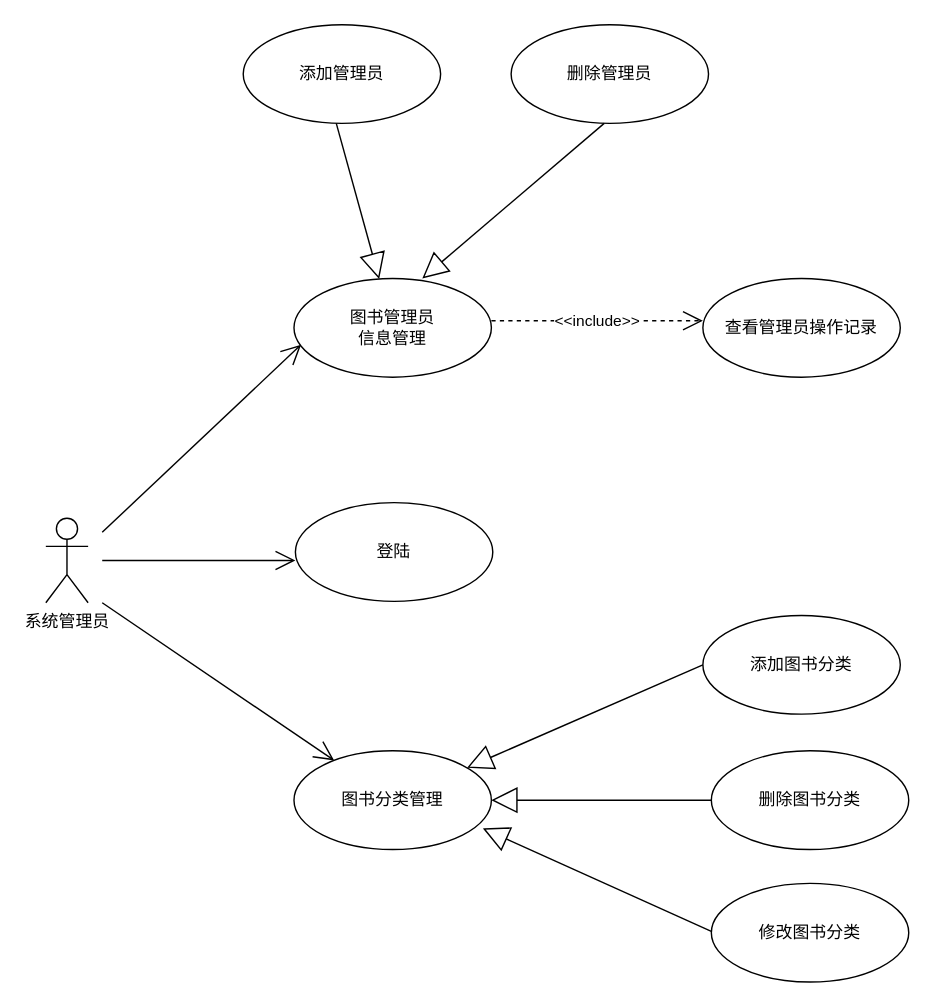
Before: page "系统后台子系统" (4 of 5) of 用例图.drawio in KoterRomanov/UML, a draw.io diagram. Source tidied: cells renumbered, new cells numbered last; positions are measured from the earlier drawing's top-left corner, leaving out a move shared by most shapes. Both pictures are drawn from the tidied source at 141%, with x=0, y=0 at pixel (45, 24).
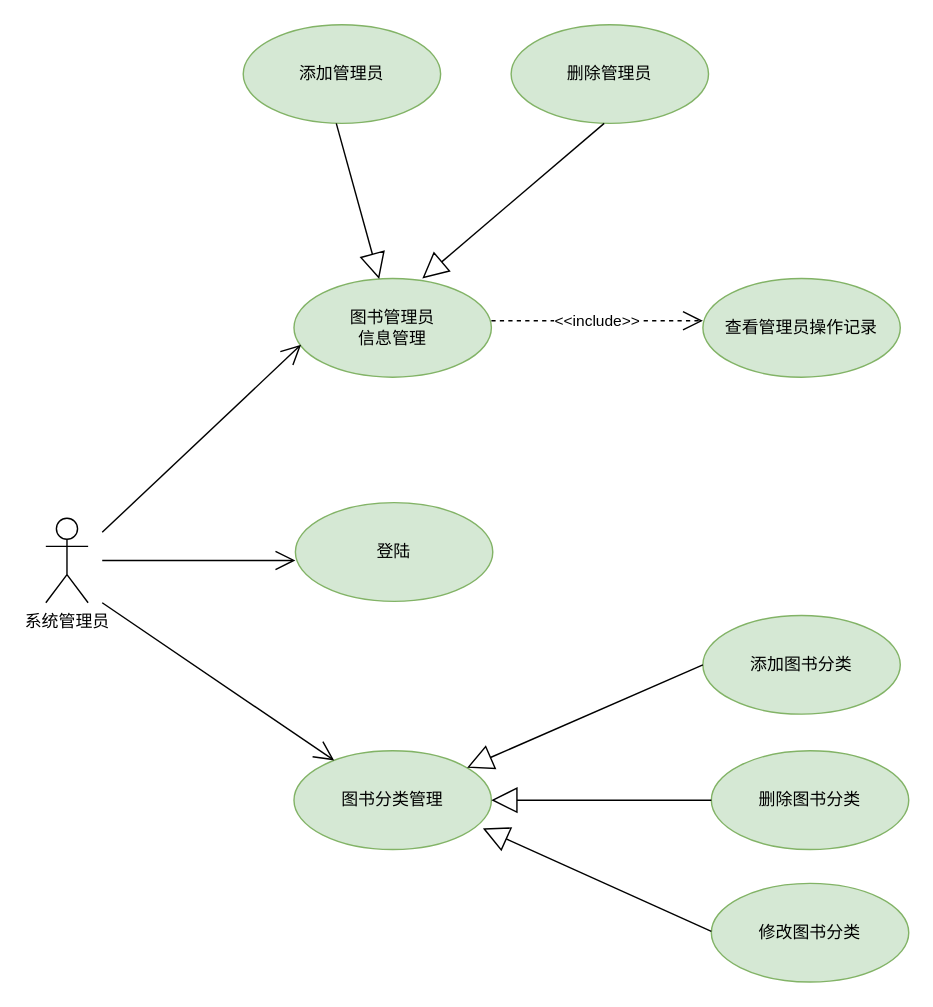
After the change.

Diff of the diagram source:
```diff
@@
-    <mxCell id="3" value="图书管理员&lt;div&gt;信息管理&lt;/div&gt;" style="ellipse;whiteSpace=wrap;html=1;" parent="1" vertex="1">
+    <mxCell id="3" value="图书管理员&lt;div&gt;信息管理&lt;/div&gt;" style="ellipse;whiteSpace=wrap;html=1;fillColor=#d5e8d4;strokeColor=#82b366;" parent="1" vertex="1">
       <mxGeometry x="176" y="180" width="140" height="70" as="geometry" />
     </mxCell>
@@
-    <mxCell id="5" value="添加管理员" style="ellipse;whiteSpace=wrap;html=1;" parent="1" vertex="1">
+    <mxCell id="5" value="添加管理员" style="ellipse;whiteSpace=wrap;html=1;fillColor=#d5e8d4;strokeColor=#82b366;" parent="1" vertex="1">
       <mxGeometry x="140" width="140" height="70" as="geometry" />
     </mxCell>
@@
-    <mxCell id="7" value="删除管理员" style="ellipse;whiteSpace=wrap;html=1;" parent="1" vertex="1">
+    <mxCell id="7" value="删除管理员" style="ellipse;whiteSpace=wrap;html=1;fillColor=#d5e8d4;strokeColor=#82b366;" parent="1" vertex="1">
       <mxGeometry x="330" width="140" height="70" as="geometry" />
     </mxCell>
@@
-    <mxCell id="9" value="查看管理员操作记录" style="ellipse;whiteSpace=wrap;html=1;" parent="1" vertex="1">
+    <mxCell id="9" value="查看管理员操作记录" style="ellipse;whiteSpace=wrap;html=1;fillColor=#d5e8d4;strokeColor=#82b366;" parent="1" vertex="1">
       <mxGeometry x="466" y="180" width="140" height="70" as="geometry" />
     </mxCell>
@@
-    <mxCell id="11" value="登陆" style="ellipse;whiteSpace=wrap;html=1;" parent="1" vertex="1">
+    <mxCell id="11" value="登陆" style="ellipse;whiteSpace=wrap;html=1;fillColor=#d5e8d4;strokeColor=#82b366;" parent="1" vertex="1">
       <mxGeometry x="177" y="339" width="140" height="70" as="geometry" />
     </mxCell>
@@
-    <mxCell id="13" value="图书分类管理" style="ellipse;whiteSpace=wrap;html=1;" parent="1" vertex="1">
+    <mxCell id="13" value="图书分类管理" style="ellipse;whiteSpace=wrap;html=1;fillColor=#d5e8d4;strokeColor=#82b366;" parent="1" vertex="1">
       <mxGeometry x="176" y="515" width="140" height="70" as="geometry" />
     </mxCell>
@@
-    <mxCell id="15" value="添加图书分类" style="ellipse;whiteSpace=wrap;html=1;" parent="1" vertex="1">
+    <mxCell id="15" value="添加图书分类" style="ellipse;whiteSpace=wrap;html=1;fillColor=#d5e8d4;strokeColor=#82b366;" parent="1" vertex="1">
       <mxGeometry x="466" y="419" width="140" height="70" as="geometry" />
     </mxCell>
-    <mxCell id="16" value="删除图书分类" style="ellipse;whiteSpace=wrap;html=1;" parent="1" vertex="1">
+    <mxCell id="16" value="删除图书分类" style="ellipse;whiteSpace=wrap;html=1;fillColor=#d5e8d4;strokeColor=#82b366;" parent="1" vertex="1">
       <mxGeometry x="472" y="515" width="140" height="70" as="geometry" />
     </mxCell>
-    <mxCell id="17" value="修改图书分类" style="ellipse;whiteSpace=wrap;html=1;" parent="1" vertex="1">
+    <mxCell id="17" value="修改图书分类" style="ellipse;whiteSpace=wrap;html=1;fillColor=#d5e8d4;strokeColor=#82b366;" parent="1" vertex="1">
       <mxGeometry x="472" y="609" width="140" height="70" as="geometry" />
     </mxCell>
```
